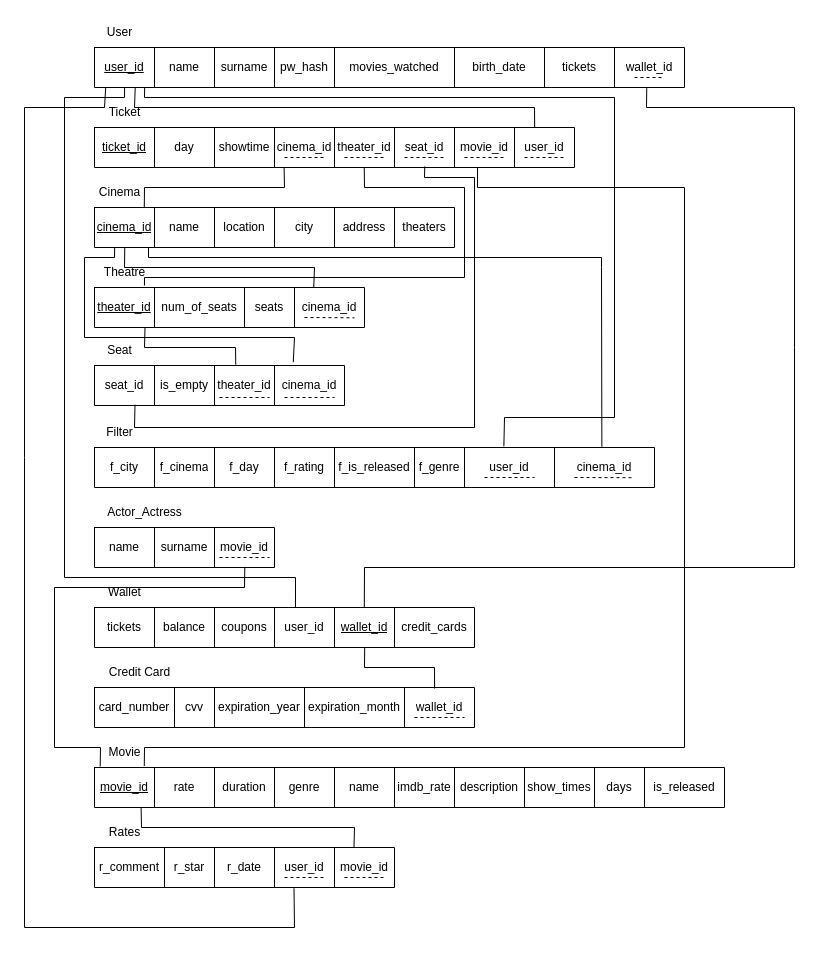
Above: proje_diagram_tablo.drawio in kelma01/dbms_project (draw.io), before the change. Source tidied: cells renumbered, new cells numbered last; positions are measured from the earlier drawing's top-left corner, leaving out a move shared by most shapes. Both pictures are drawn from the tidied source at 100%, with x=0, y=0 at pixel (24, 17).
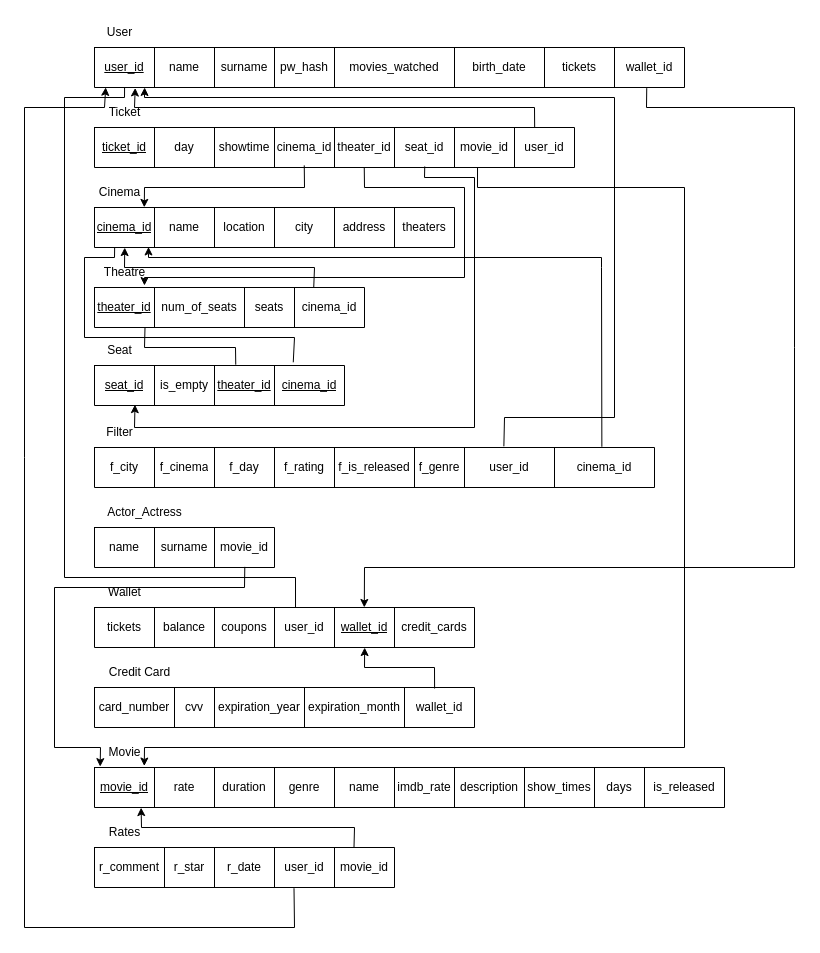
The same page after the edit.

The change refers to these unchanged cells:
```xml
<mxCell id="3" style="shape=tableRow;horizontal=0;startSize=0;swimlaneHead=0;swimlaneBody=0;strokeColor=inherit;top=0;left=0;bottom=0;right=0;fillColor=none;points=[[0,0.5],[1,0.5]];portConstraint=eastwest;" parent="2" vertex="1">
  <mxGeometry width="590" height="40" as="geometry" />
</mxCell>
<mxCell id="14" style="shape=tableRow;horizontal=0;startSize=0;swimlaneHead=0;swimlaneBody=0;strokeColor=inherit;top=0;left=0;bottom=0;right=0;fillColor=none;points=[[0,0.5],[1,0.5]];portConstraint=eastwest;" parent="13" vertex="1">
  <mxGeometry width="480" height="40" as="geometry" />
</mxCell>
<mxCell id="25" style="shape=tableRow;horizontal=0;startSize=0;swimlaneHead=0;swimlaneBody=0;strokeColor=inherit;top=0;left=0;bottom=0;right=0;fillColor=none;points=[[0,0.5],[1,0.5]];portConstraint=eastwest;" parent="24" vertex="1">
  <mxGeometry width="360" height="40" as="geometry" />
</mxCell>
<mxCell id="32" value="Cinema" style="text;html=1;align=center;verticalAlign=middle;points=[];strokeColor=none;fillColor=none;" parent="1" vertex="1">
  <mxGeometry x="65" y="160" width="60" height="30" as="geometry" />
</mxCell>
<mxCell id="34" style="shape=table;startSize=0;childLayout=tableLayout;" parent="1" vertex="1">
  <mxGeometry x="70" y="270" width="270" height="40" as="geometry" />
</mxCell>
<mxCell id="35" style="shape=tableRow;horizontal=0;startSize=0;swimlaneHead=0;swimlaneBody=0;strokeColor=inherit;top=0;left=0;bottom=0;right=0;fillColor=none;points=[[0,0.5],[1,0.5]];portConstraint=eastwest;" parent="34" vertex="1">
  <mxGeometry width="270" height="40" as="geometry" />
</mxCell>
<mxCell id="42" style="shape=tableRow;horizontal=0;startSize=0;swimlaneHead=0;swimlaneBody=0;strokeColor=inherit;top=0;left=0;bottom=0;right=0;fillColor=none;points=[[0,0.5],[1,0.5]];portConstraint=eastwest;" parent="41" vertex="1">
  <mxGeometry width="250" height="40" as="geometry" />
</mxCell>
<mxCell id="48" style="shape=tableRow;horizontal=0;startSize=0;swimlaneHead=0;swimlaneBody=0;strokeColor=inherit;top=0;left=0;bottom=0;right=0;fillColor=none;points=[[0,0.5],[1,0.5]];portConstraint=eastwest;" parent="47" vertex="1">
  <mxGeometry width="560" height="40" as="geometry" />
</mxCell>
<mxCell id="60" style="shape=tableRow;horizontal=0;startSize=0;swimlaneHead=0;swimlaneBody=0;strokeColor=inherit;top=0;left=0;bottom=0;right=0;fillColor=none;points=[[0,0.5],[1,0.5]];portConstraint=eastwest;" parent="59" vertex="1">
  <mxGeometry width="180" height="40" as="geometry" />
</mxCell>
<mxCell id="66" style="shape=tableRow;horizontal=0;startSize=0;swimlaneHead=0;swimlaneBody=0;strokeColor=inherit;top=0;left=0;bottom=0;right=0;fillColor=none;points=[[0,0.5],[1,0.5]];portConstraint=eastwest;" parent="65" vertex="1">
  <mxGeometry width="380" height="40" as="geometry" />
</mxCell>
<mxCell id="75" style="shape=tableRow;horizontal=0;startSize=0;swimlaneHead=0;swimlaneBody=0;strokeColor=inherit;top=0;left=0;bottom=0;right=0;fillColor=none;points=[[0,0.5],[1,0.5]];portConstraint=eastwest;" parent="74" vertex="1">
  <mxGeometry width="380" height="40" as="geometry" />
</mxCell>
<mxCell id="83" style="shape=tableRow;horizontal=0;startSize=0;swimlaneHead=0;swimlaneBody=0;strokeColor=inherit;top=0;left=0;bottom=0;right=0;fillColor=none;points=[[0,0.5],[1,0.5]];portConstraint=eastwest;" parent="82" vertex="1">
  <mxGeometry width="630" height="40" as="geometry" />
</mxCell>
<mxCell id="99" style="shape=tableRow;horizontal=0;startSize=0;swimlaneHead=0;swimlaneBody=0;strokeColor=inherit;top=0;left=0;bottom=0;right=0;fillColor=none;points=[[0,0.5],[1,0.5]];portConstraint=eastwest;" parent="98" vertex="1">
  <mxGeometry width="300" height="40" as="geometry" />
</mxCell>
```

The edit, as a diff of the source:
```diff
@@
-    <mxCell id="43" value="seat_id" style="shape=partialRectangle;html=1;whiteSpace=wrap;strokeColor=inherit;overflow=hidden;fillColor=none;top=0;left=0;bottom=0;right=0;" parent="42" vertex="1">
+    <mxCell id="43" value="&lt;u&gt;seat_id&lt;/u&gt;" style="shape=partialRectangle;html=1;whiteSpace=wrap;strokeColor=inherit;overflow=hidden;fillColor=none;top=0;left=0;bottom=0;right=0;" parent="42" vertex="1">
       <mxGeometry width="60" height="40" as="geometry" />
     </mxCell>
@@
-    <mxCell id="45" value="theater_id" style="shape=partialRectangle;html=1;whiteSpace=wrap;strokeColor=inherit;overflow=hidden;fillColor=none;top=0;left=0;bottom=0;right=0;" parent="42" vertex="1">
+    <mxCell id="45" value="&lt;u&gt;theater_id&lt;/u&gt;" style="shape=partialRectangle;html=1;whiteSpace=wrap;strokeColor=inherit;overflow=hidden;fillColor=none;top=0;left=0;bottom=0;right=0;" parent="42" vertex="1">
       <mxGeometry x="120" width="60" height="40" as="geometry" />
     </mxCell>
-    <mxCell id="46" value="cinema_id" style="shape=partialRectangle;html=1;whiteSpace=wrap;strokeColor=inherit;overflow=hidden;fillColor=none;top=0;left=0;bottom=0;right=0;" parent="42" vertex="1">
+    <mxCell id="46" value="&lt;u&gt;cinema_id&lt;/u&gt;" style="shape=partialRectangle;html=1;whiteSpace=wrap;strokeColor=inherit;overflow=hidden;fillColor=none;top=0;left=0;bottom=0;right=0;" parent="42" vertex="1">
       <mxGeometry x="180" width="70" height="40" as="geometry" />
     </mxCell>
@@
-    <mxCell id="95" style="endArrow=none;html=1;rounded=0;exitX=0.936;exitY=1.016;exitDx=0;exitDy=0;exitPerimeter=0;entryX=0.71;entryY=-0.001;entryDx=0;entryDy=0;entryPerimeter=0;" parent="1" edge="1" source="3" target="66">
+    <mxCell id="95" style="endArrow=classic;html=1;rounded=0;exitX=0.936;exitY=1.016;exitDx=0;exitDy=0;exitPerimeter=0;entryX=0.71;entryY=-0.001;entryDx=0;entryDy=0;entryPerimeter=0;" parent="1" edge="1" source="3" target="66">
       <mxGeometry relative="1" as="geometry">
         <Array as="points">
           <mxPoint x="622" y="90" />
           <mxPoint x="770" y="90" />
           <mxPoint x="770" y="330" />
           <mxPoint x="770" y="550" />
           <mxPoint x="340" y="550" />
         </Array>
       </mxGeometry>
     </mxCell>
-    <mxCell id="96" style="endArrow=none;html=1;rounded=0;exitX=0.711;exitY=1.001;exitDx=0;exitDy=0;exitPerimeter=0;entryX=0.895;entryY=0.025;entryDx=0;entryDy=0;entryPerimeter=0;" parent="1" edge="1" source="66" target="75">
-      <mxGeometry relative="1" as="geometry">
-        <Array as="points">
-          <mxPoint x="340" y="650" />
-          <mxPoint x="410" y="650" />
-        </Array>
-      </mxGeometry>
-    </mxCell>
-    <mxCell id="97" style="endArrow=none;html=1;rounded=0;exitX=0.835;exitY=0.984;exitDx=0;exitDy=0;exitPerimeter=0;entryX=0.009;entryY=-0.022;entryDx=0;entryDy=0;entryPerimeter=0;" parent="1" edge="1" source="60" target="83">
+    <mxCell id="97" style="endArrow=classic;html=1;rounded=0;exitX=0.835;exitY=0.984;exitDx=0;exitDy=0;exitPerimeter=0;entryX=0.009;entryY=-0.022;entryDx=0;entryDy=0;entryPerimeter=0;" parent="1" edge="1" source="60" target="83">
       <mxGeometry relative="1" as="geometry">
         <Array as="points">
           <mxPoint x="220" y="570" />
           <mxPoint x="30" y="570" />
           <mxPoint x="30" y="730" />
           <mxPoint x="76" y="730" />
         </Array>
       </mxGeometry>
     </mxCell>
@@
-    <mxCell id="106" style="endArrow=none;html=1;rounded=0;exitX=0.074;exitY=1.003;exitDx=0;exitDy=0;exitPerimeter=0;entryX=0.865;entryY=-0.009;entryDx=0;entryDy=0;entryPerimeter=0;" parent="1" edge="1" source="83" target="99">
-      <mxGeometry relative="1" as="geometry">
-        <Array as="points">
-          <mxPoint x="117" y="810" />
-          <mxPoint x="330" y="810" />
-        </Array>
-      </mxGeometry>
-    </mxCell>
-    <mxCell id="107" style="endArrow=none;html=1;rounded=0;entryX=0.665;entryY=1.018;entryDx=0;entryDy=0;entryPerimeter=0;exitX=0.019;exitY=0.996;exitDx=0;exitDy=0;exitPerimeter=0;" parent="1" edge="1" source="3" target="99">
-      <mxGeometry relative="1" as="geometry">
-        <Array as="points">
-          <mxPoint x="80" y="90" />
-          <mxPoint y="90" />
-          <mxPoint y="440" />
-          <mxPoint y="910" />
-          <mxPoint x="270" y="910" />
-        </Array>
-      </mxGeometry>
-    </mxCell>
-    <mxCell id="108" style="endArrow=none;html=1;rounded=0;entryX=0.812;entryY=-0.003;entryDx=0;entryDy=0;entryPerimeter=0;exitX=0.084;exitY=1.002;exitDx=0;exitDy=0;exitPerimeter=0;" parent="1" edge="1" source="25" target="34">
+    <mxCell id="108" style="endArrow=classic;html=1;rounded=0;entryX=0.084;entryY=1.002;entryDx=0;entryDy=0;entryPerimeter=0;exitX=0.812;exitY=-0.003;exitDx=0;exitDy=0;exitPerimeter=0;" parent="1" edge="1" source="34" target="25">
       <mxGeometry relative="1" as="geometry">
         <Array as="points">
+          <mxPoint x="290" y="250" />
           <mxPoint x="100" y="250" />
-          <mxPoint x="290" y="250" />
         </Array>
       </mxGeometry>
     </mxCell>
@@
-    <mxCell id="110" style="endArrow=none;html=1;rounded=0;exitX=0.069;exitY=1.012;exitDx=0;exitDy=0;exitPerimeter=0;entryX=0.917;entryY=0;entryDx=0;entryDy=0;entryPerimeter=0;" parent="1" edge="1" source="3" target="14">
-      <mxGeometry relative="1" as="geometry">
-        <Array as="points">
-          <mxPoint x="110" y="90" />
-          <mxPoint x="510" y="90" />
-        </Array>
-      </mxGeometry>
-    </mxCell>
-    <mxCell id="111" style="endArrow=none;html=1;rounded=0;exitX=0.798;exitY=1;exitDx=0;exitDy=0;exitPerimeter=0;entryX=0.079;entryY=-0.037;entryDx=0;entryDy=0;entryPerimeter=0;" parent="1" edge="1" source="14" target="83">
+    <mxCell id="111" style="endArrow=classic;html=1;rounded=0;exitX=0.798;exitY=1;exitDx=0;exitDy=0;exitPerimeter=0;entryX=0.079;entryY=-0.037;entryDx=0;entryDy=0;entryPerimeter=0;" parent="1" edge="1" source="14" target="83">
       <mxGeometry relative="1" as="geometry">
         <Array as="points">
           <mxPoint x="453" y="170" />
           <mxPoint x="660" y="170" />
           <mxPoint x="660" y="730" />
           <mxPoint x="120" y="730" />
         </Array>
       </mxGeometry>
     </mxCell>
-    <mxCell id="112" style="endArrow=none;html=1;rounded=0;exitX=0.562;exitY=1;exitDx=0;exitDy=0;exitPerimeter=0;entryX=0.185;entryY=-0.05;entryDx=0;entryDy=0;entryPerimeter=0;" parent="1" edge="1" source="14" target="35">
+    <mxCell id="112" style="endArrow=classic;html=1;rounded=0;exitX=0.562;exitY=1;exitDx=0;exitDy=0;exitPerimeter=0;entryX=0.185;entryY=-0.05;entryDx=0;entryDy=0;entryPerimeter=0;" parent="1" edge="1" source="14" target="35">
       <mxGeometry relative="1" as="geometry">
         <Array as="points">
           <mxPoint x="340" y="170" />
           <mxPoint x="440" y="170" />
           <mxPoint x="440" y="260" />
           <mxPoint x="120" y="260" />
         </Array>
       </mxGeometry>
     </mxCell>
-    <mxCell id="113" style="endArrow=none;html=1;rounded=0;exitX=0.162;exitY=0.98;exitDx=0;exitDy=0;exitPerimeter=0;entryX=0.688;entryY=0.974;entryDx=0;entryDy=0;entryPerimeter=0;" parent="1" edge="1" source="42" target="14">
-      <mxGeometry relative="1" as="geometry">
-        <Array as="points">
-          <mxPoint x="110" y="410" />
-          <mxPoint x="450" y="410" />
-          <mxPoint x="450" y="160" />
-          <mxPoint x="400" y="160" />
-        </Array>
-      </mxGeometry>
-    </mxCell>
-    <mxCell id="114" style="endArrow=none;html=1;rounded=0;exitX=0.731;exitY=-0.029;exitDx=0;exitDy=0;exitPerimeter=0;entryX=0.085;entryY=0.999;entryDx=0;entryDy=0;entryPerimeter=0;" parent="1" edge="1" source="48" target="3">
+    <mxCell id="114" style="endArrow=classic;html=1;rounded=0;exitX=0.731;exitY=-0.029;exitDx=0;exitDy=0;exitPerimeter=0;entryX=0.085;entryY=0.999;entryDx=0;entryDy=0;entryPerimeter=0;" parent="1" edge="1" source="48" target="3">
       <mxGeometry relative="1" as="geometry">
         <Array as="points">
           <mxPoint x="480" y="400" />
           <mxPoint x="590" y="400" />
           <mxPoint x="590" y="80" />
           <mxPoint x="120" y="80" />
         </Array>
       </mxGeometry>
     </mxCell>
-    <mxCell id="115" style="endArrow=none;html=1;rounded=0;exitX=0.906;exitY=-0.018;exitDx=0;exitDy=0;exitPerimeter=0;entryX=0.15;entryY=0.987;entryDx=0;entryDy=0;entryPerimeter=0;" parent="1" edge="1" source="48" target="25">
+    <mxCell id="115" style="endArrow=classic;html=1;rounded=0;exitX=0.906;exitY=-0.018;exitDx=0;exitDy=0;exitPerimeter=0;entryX=0.15;entryY=0.987;entryDx=0;entryDy=0;entryPerimeter=0;" parent="1" edge="1" source="48" target="25">
       <mxGeometry relative="1" as="geometry">
         <Array as="points">
           <mxPoint x="577" y="250" />
           <mxPoint x="577" y="240" />
           <mxPoint x="124" y="240" />
         </Array>
       </mxGeometry>
     </mxCell>
-    <mxCell id="116" style="endArrow=none;dashed=1;html=1;rounded=0;" parent="1" edge="1">
-      <mxGeometry relative="1" as="geometry">
-        <mxPoint x="610" y="60" as="sourcePoint" />
-        <mxPoint x="640" y="60" as="targetPoint" />
-      </mxGeometry>
-    </mxCell>
-    <mxCell id="117" style="endArrow=none;dashed=1;html=1;rounded=0;" parent="1" edge="1">
-      <mxGeometry relative="1" as="geometry">
-        <mxPoint x="500" y="140" as="sourcePoint" />
-        <mxPoint x="540" y="140" as="targetPoint" />
-      </mxGeometry>
-    </mxCell>
-    <mxCell id="118" style="endArrow=none;dashed=1;html=1;rounded=0;" parent="1" edge="1">
-      <mxGeometry relative="1" as="geometry">
-        <mxPoint x="440" y="140" as="sourcePoint" />
-        <mxPoint x="480" y="140" as="targetPoint" />
-      </mxGeometry>
-    </mxCell>
-    <mxCell id="119" style="endArrow=none;dashed=1;html=1;rounded=0;" parent="1" edge="1">
-      <mxGeometry relative="1" as="geometry">
-        <mxPoint x="380" y="140" as="sourcePoint" />
-        <mxPoint x="420" y="140" as="targetPoint" />
-      </mxGeometry>
-    </mxCell>
-    <mxCell id="120" style="endArrow=none;dashed=1;html=1;rounded=0;" parent="1" edge="1">
-      <mxGeometry relative="1" as="geometry">
-        <mxPoint x="320" y="140" as="sourcePoint" />
-        <mxPoint x="360" y="140" as="targetPoint" />
-      </mxGeometry>
-    </mxCell>
-    <mxCell id="121" style="endArrow=none;dashed=1;html=1;rounded=0;" parent="1" edge="1">
-      <mxGeometry relative="1" as="geometry">
-        <mxPoint x="260" y="140" as="sourcePoint" />
-        <mxPoint x="300" y="140" as="targetPoint" />
-      </mxGeometry>
-    </mxCell>
+    <mxCell id="132" style="endArrow=none;html=1;rounded=0;entryX=0.795;entryY=-0.08;entryDx=0;entryDy=0;entryPerimeter=0;exitX=0.056;exitY=0.992;exitDx=0;exitDy=0;exitPerimeter=0;" parent="1" edge="1" source="25" target="42">
+      <mxGeometry relative="1" as="geometry">
+        <Array as="points">
+          <mxPoint x="90" y="240" />
+          <mxPoint x="60" y="240" />
+          <mxPoint x="60" y="320" />
+          <mxPoint x="270" y="320" />
+        </Array>
+      </mxGeometry>
+    </mxCell>
-    <mxCell id="122" style="endArrow=none;html=1;rounded=0;exitX=0.913;exitY=0.995;exitDx=0;exitDy=0;exitPerimeter=0;entryX=0.395;entryY=1.014;entryDx=0;entryDy=0;entryPerimeter=0;" parent="1" edge="1" source="32" target="14">
+    <mxCell id="122" style="endArrow=classic;html=1;rounded=0;exitX=0.437;exitY=0.947;exitDx=0;exitDy=0;exitPerimeter=0;entryX=0.913;entryY=0.995;entryDx=0;entryDy=0;entryPerimeter=0;" parent="1" edge="1" source="14" target="32">
       <mxGeometry relative="1" as="geometry">
         <Array as="points">
+          <mxPoint x="280" y="170" />
           <mxPoint x="120" y="170" />
-          <mxPoint x="260" y="170" />
         </Array>
       </mxGeometry>
     </mxCell>
-    <mxCell id="123" style="endArrow=none;dashed=1;html=1;rounded=0;" parent="1" edge="1">
-      <mxGeometry relative="1" as="geometry">
-        <mxPoint x="280" y="300" as="sourcePoint" />
-        <mxPoint x="330" y="300.3" as="targetPoint" />
-      </mxGeometry>
-    </mxCell>
-    <mxCell id="124" style="endArrow=none;dashed=1;html=1;rounded=0;" parent="1" edge="1">
-      <mxGeometry relative="1" as="geometry">
-        <mxPoint x="195" y="380" as="sourcePoint" />
-        <mxPoint x="245" y="380" as="targetPoint" />
-      </mxGeometry>
-    </mxCell>
-    <mxCell id="125" style="endArrow=none;dashed=1;html=1;rounded=0;" parent="1" edge="1">
-      <mxGeometry relative="1" as="geometry">
-        <mxPoint x="460" y="460" as="sourcePoint" />
-        <mxPoint x="510" y="460" as="targetPoint" />
-      </mxGeometry>
-    </mxCell>
-    <mxCell id="126" style="endArrow=none;dashed=1;html=1;rounded=0;" parent="1" edge="1">
-      <mxGeometry relative="1" as="geometry">
-        <mxPoint x="550" y="460" as="sourcePoint" />
-        <mxPoint x="610" y="460.2" as="targetPoint" />
-      </mxGeometry>
-    </mxCell>
-    <mxCell id="127" style="endArrow=none;dashed=1;html=1;rounded=0;" parent="1" edge="1">
-      <mxGeometry relative="1" as="geometry">
-        <mxPoint x="195" y="540" as="sourcePoint" />
-        <mxPoint x="245" y="540" as="targetPoint" />
-      </mxGeometry>
-    </mxCell>
-    <mxCell id="128" style="endArrow=none;dashed=1;html=1;rounded=0;" parent="1" edge="1">
-      <mxGeometry relative="1" as="geometry">
-        <mxPoint x="390" y="700" as="sourcePoint" />
-        <mxPoint x="440" y="700" as="targetPoint" />
-      </mxGeometry>
-    </mxCell>
-    <mxCell id="129" style="endArrow=none;dashed=1;html=1;rounded=0;" parent="1" edge="1">
-      <mxGeometry relative="1" as="geometry">
-        <mxPoint x="320" y="860" as="sourcePoint" />
-        <mxPoint x="360" y="860" as="targetPoint" />
-      </mxGeometry>
-    </mxCell>
-    <mxCell id="130" style="endArrow=none;dashed=1;html=1;rounded=0;" parent="1" edge="1">
-      <mxGeometry relative="1" as="geometry">
-        <mxPoint x="260" y="860" as="sourcePoint" />
-        <mxPoint x="300" y="860" as="targetPoint" />
-      </mxGeometry>
-    </mxCell>
-    <mxCell id="131" style="endArrow=none;dashed=1;html=1;rounded=0;" parent="1" edge="1">
-      <mxGeometry relative="1" as="geometry">
-        <mxPoint x="260" y="380" as="sourcePoint" />
-        <mxPoint x="310" y="380" as="targetPoint" />
-      </mxGeometry>
-    </mxCell>
-    <mxCell id="132" style="endArrow=none;html=1;rounded=0;entryX=0.795;entryY=-0.08;entryDx=0;entryDy=0;entryPerimeter=0;exitX=0.056;exitY=0.992;exitDx=0;exitDy=0;exitPerimeter=0;" parent="1" edge="1" source="25" target="42">
-      <mxGeometry relative="1" as="geometry">
-        <Array as="points">
-          <mxPoint x="90" y="240" />
-          <mxPoint x="60" y="240" />
-          <mxPoint x="60" y="320" />
-          <mxPoint x="270" y="320" />
-        </Array>
-      </mxGeometry>
-    </mxCell>
+    <mxCell id="113" style="endArrow=classic;html=1;rounded=0;exitX=0.688;exitY=0.974;exitDx=0;exitDy=0;exitPerimeter=0;entryX=0.162;entryY=0.98;entryDx=0;entryDy=0;entryPerimeter=0;" parent="1" edge="1" source="14" target="42">
+      <mxGeometry relative="1" as="geometry">
+        <Array as="points">
+          <mxPoint x="400" y="160" />
+          <mxPoint x="450" y="160" />
+          <mxPoint x="450" y="410" />
+          <mxPoint x="110" y="410" />
+        </Array>
+      </mxGeometry>
+    </mxCell>
+    <mxCell id="110" style="endArrow=classic;html=1;rounded=0;exitX=0.917;exitY=0;exitDx=0;exitDy=0;exitPerimeter=0;entryX=0.069;entryY=1.012;entryDx=0;entryDy=0;entryPerimeter=0;" parent="1" edge="1" source="14" target="3">
+      <mxGeometry relative="1" as="geometry">
+        <Array as="points">
+          <mxPoint x="510" y="90" />
+          <mxPoint x="110" y="90" />
+        </Array>
+      </mxGeometry>
+    </mxCell>
+    <mxCell id="96" style="endArrow=classic;html=1;rounded=0;exitX=0.895;exitY=0.025;exitDx=0;exitDy=0;exitPerimeter=0;entryX=0.711;entryY=1.001;entryDx=0;entryDy=0;entryPerimeter=0;" parent="1" edge="1" source="75" target="66">
+      <mxGeometry relative="1" as="geometry">
+        <Array as="points">
+          <mxPoint x="410" y="650" />
+          <mxPoint x="340" y="650" />
+        </Array>
+      </mxGeometry>
+    </mxCell>
+    <mxCell id="107" style="endArrow=classic;html=1;rounded=0;entryX=0.019;entryY=0.996;entryDx=0;entryDy=0;entryPerimeter=0;exitX=0.665;exitY=1.018;exitDx=0;exitDy=0;exitPerimeter=0;" parent="1" edge="1" source="99" target="3">
+      <mxGeometry relative="1" as="geometry">
+        <Array as="points">
+          <mxPoint x="270" y="910" />
+          <mxPoint y="910" />
+          <mxPoint y="440" />
+          <mxPoint y="90" />
+          <mxPoint x="80" y="90" />
+        </Array>
+      </mxGeometry>
+    </mxCell>
+    <mxCell id="106" style="endArrow=classic;html=1;rounded=0;exitX=0.865;exitY=-0.009;exitDx=0;exitDy=0;exitPerimeter=0;entryX=0.074;entryY=1.003;entryDx=0;entryDy=0;entryPerimeter=0;" parent="1" edge="1" source="99" target="83">
+      <mxGeometry relative="1" as="geometry">
+        <Array as="points">
+          <mxPoint x="330" y="810" />
+          <mxPoint x="117" y="810" />
+        </Array>
+      </mxGeometry>
+    </mxCell>
```
